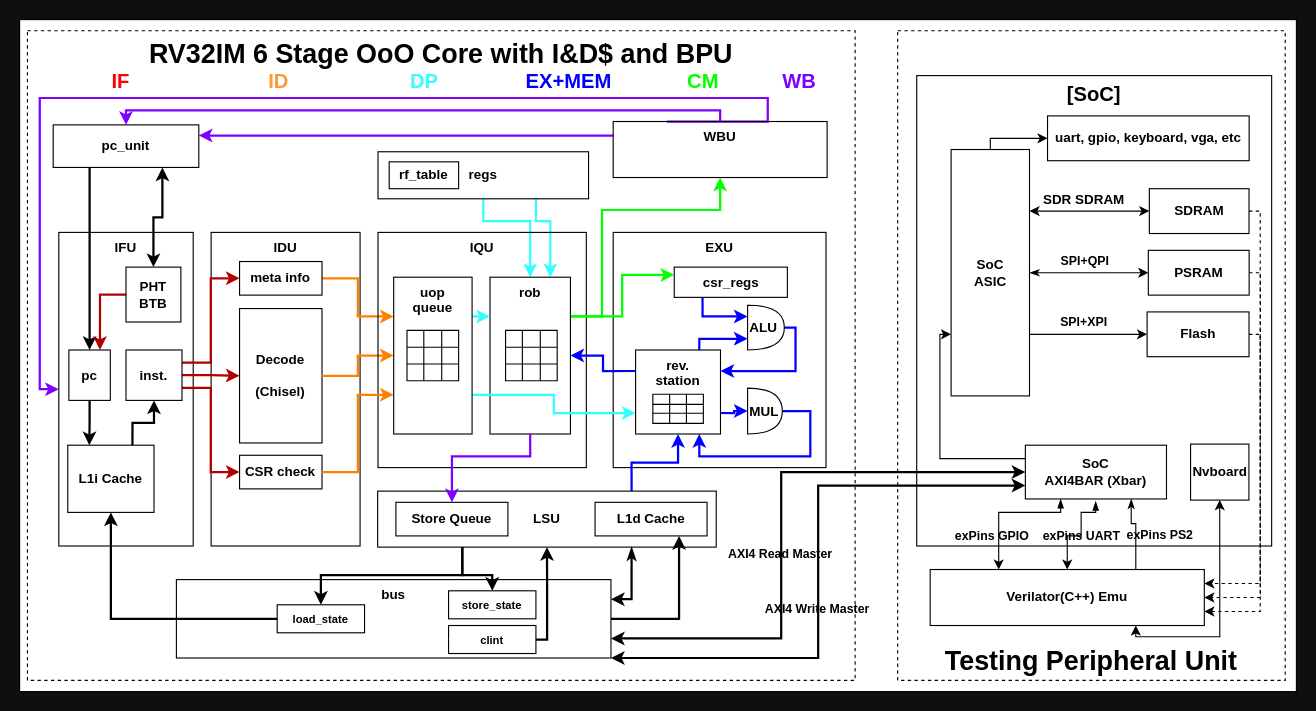
Earlier version of the draw.io diagram docs/assets/npc-pipeline.drawio (Kingfish404/raptor-chip). Source tidied: cells renumbered, new cells numbered last; positions are measured from the earlier drawing's top-left corner, leaving out a move shared by most shapes. Both pictures are drawn from the tidied source at 112%, with x=0, y=0 at pixel (19, 19).
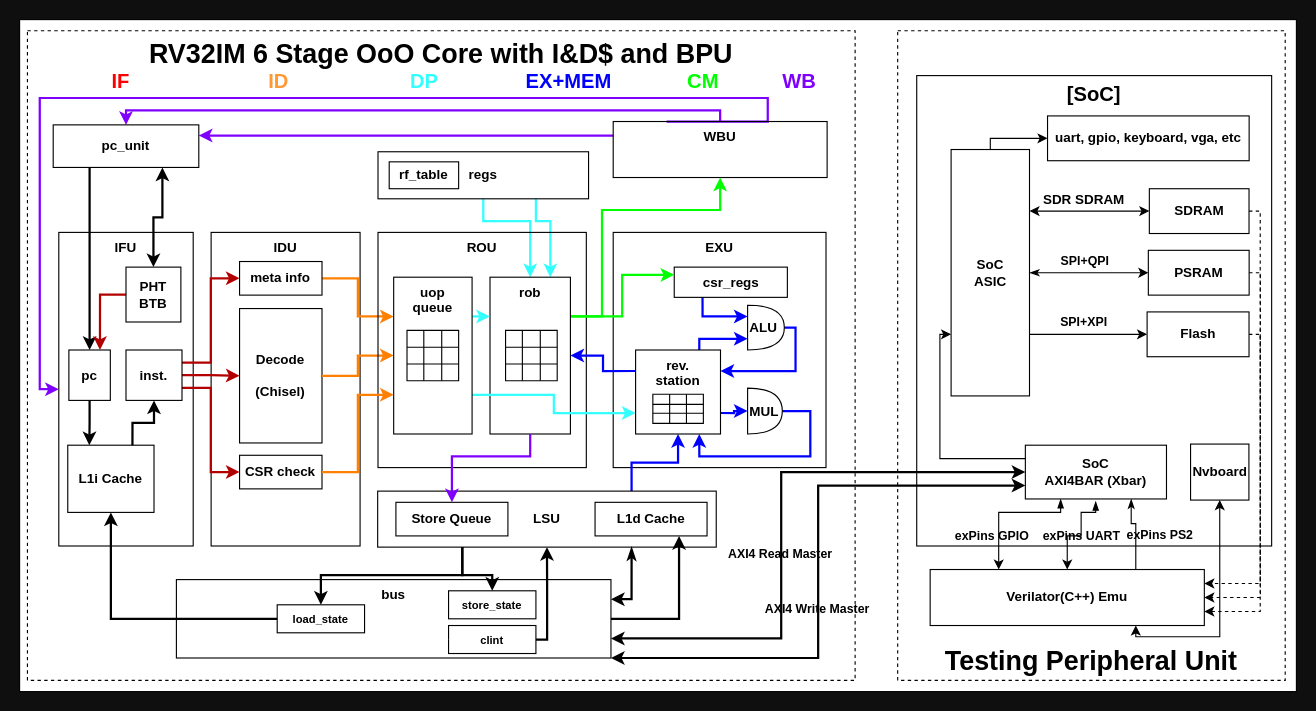
Above is the later version.

Diff of the diagram source:
```diff
@@
-    <mxCell id="77" value="&lt;span style=&quot;&quot;&gt;&lt;font style=&quot;color: light-dark(rgb(0, 0, 0), rgb(255, 255, 255));&quot;&gt;IQU&lt;/font&gt;&lt;/span&gt;" style="rounded=0;whiteSpace=wrap;html=1;gradientColor=none;arcSize=7;verticalAlign=top;fontStyle=1;fillColor=none;" parent="1" vertex="1">
+    <mxCell id="77" value="&lt;span style=&quot;&quot;&gt;&lt;font style=&quot;color: light-dark(rgb(0, 0, 0), rgb(255, 255, 255));&quot;&gt;ROU&lt;/font&gt;&lt;/span&gt;" style="rounded=0;whiteSpace=wrap;html=1;gradientColor=none;arcSize=7;verticalAlign=top;fontStyle=1;fillColor=none;" parent="1" vertex="1">
       <mxGeometry x="320" y="190" width="186" height="210" as="geometry" />
     </mxCell>
```
